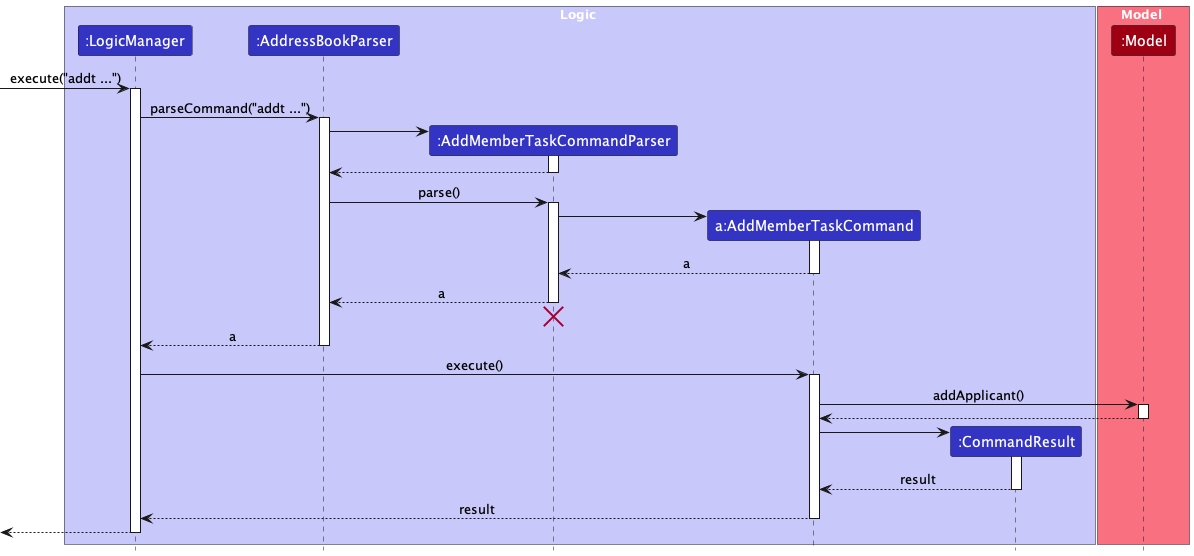
Above: docs/images/AddMemberTaskSequenceDiagram.png in nus-cs2103-AY2324S1/tp (PlantUML), before the change. The source it was exported from:
```plantuml
@startuml
!include style.puml
skinparam ArrowFontStyle plain

box Logic LOGIC_COLOR_T1
participant ":LogicManager" as LogicManager LOGIC_COLOR
participant ":AddressBookParser" as AddressBookParser LOGIC_COLOR
participant ":AddMemberTaskCommandParser" as AddMemberTaskCommandParser LOGIC_COLOR
participant "a:AddMemberTaskCommand" as AddMemberTaskCommand LOGIC_COLOR
participant ":CommandResult" as CommandResult LOGIC_COLOR
end box

box Model MODEL_COLOR_T1
participant ":Model" as Model MODEL_COLOR
end box

[-> LogicManager : execute("addt ...")
activate LogicManager

LogicManager -> AddressBookParser : parseCommand("addt ...")
activate AddressBookParser

create AddMemberTaskCommandParser
AddressBookParser -> AddMemberTaskCommandParser
activate AddMemberTaskCommandParser

AddMemberTaskCommandParser --> AddressBookParser
deactivate AddMemberTaskCommandParser

AddressBookParser -> AddMemberTaskCommandParser : parse()
activate AddMemberTaskCommandParser

create AddMemberTaskCommand
AddMemberTaskCommandParser -> AddMemberTaskCommand
activate AddMemberTaskCommand

AddMemberTaskCommand --> AddMemberTaskCommandParser : a
deactivate AddMemberTaskCommand

AddMemberTaskCommandParser --> AddressBookParser : a
deactivate AddMemberTaskCommandParser

AddMemberTaskCommandParser -[hidden]-> AddressBookParser
destroy AddMemberTaskCommandParser

AddressBookParser --> LogicManager : a
deactivate AddressBookParser

LogicManager -> AddMemberTaskCommand : execute()
activate AddMemberTaskCommand

AddMemberTaskCommand -> Model : addApplicant()
activate Model

Model --> AddMemberTaskCommand
deactivate Model

create CommandResult
AddMemberTaskCommand -> CommandResult
activate CommandResult

CommandResult --> AddMemberTaskCommand : result
deactivate CommandResult

AddMemberTaskCommand --> LogicManager : result
deactivate AddMemberTaskCommand

[<--LogicManager
deactivate LogicManager
@enduml
```
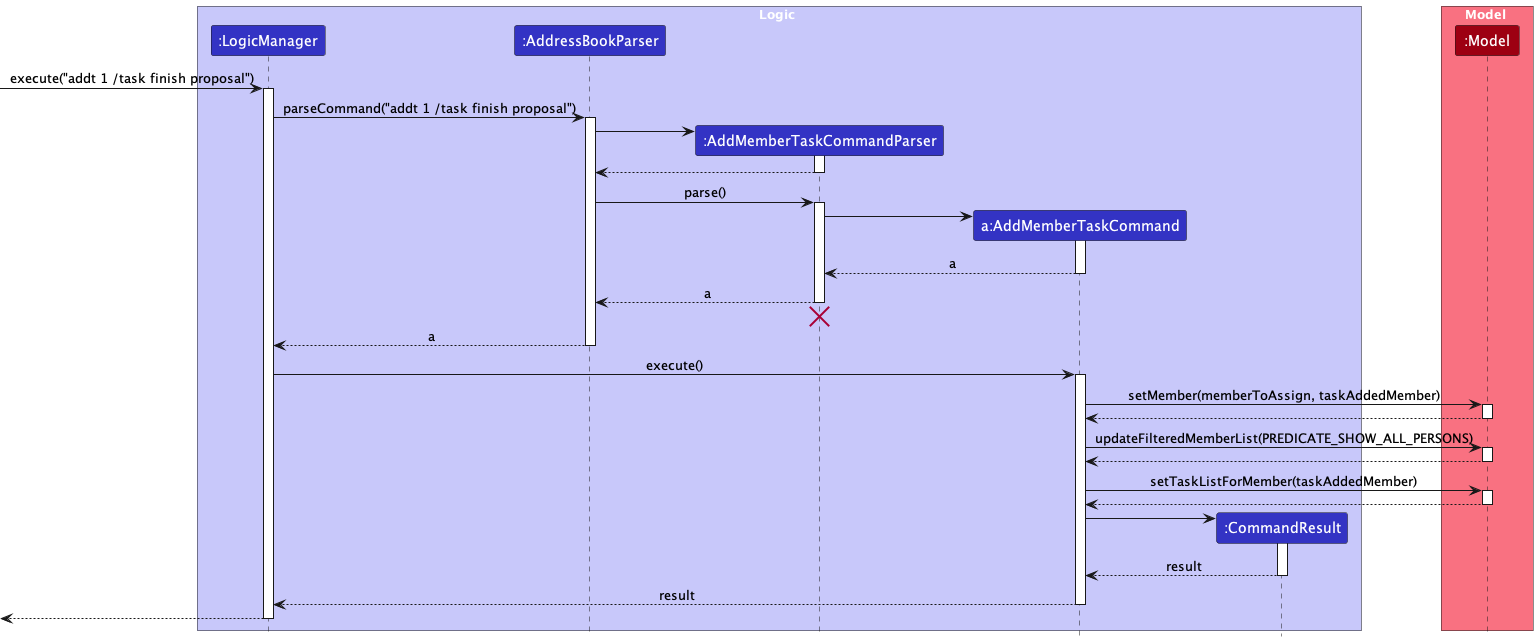
The same diagram one commit later.

Commit message:
Update sequence diagrams

Change to the diagram source:
```diff
@@ -14,10 +14,10 @@
 participant ":Model" as Model MODEL_COLOR
 end box
 
-[-> LogicManager : execute("addt ...")
+[-> LogicManager : execute("addt 1 /task finish proposal")
 activate LogicManager
 
-LogicManager -> AddressBookParser : parseCommand("addt ...")
+LogicManager -> AddressBookParser : parseCommand("addt 1 /task finish proposal")
 activate AddressBookParser
 
 create AddMemberTaskCommandParser
@@ -32,6 +32,7 @@
 
 create AddMemberTaskCommand
 AddMemberTaskCommandParser -> AddMemberTaskCommand
+
 activate AddMemberTaskCommand
 
 AddMemberTaskCommand --> AddMemberTaskCommandParser : a
@@ -49,7 +50,19 @@
 LogicManager -> AddMemberTaskCommand : execute()
 activate AddMemberTaskCommand
 
-AddMemberTaskCommand -> Model : addApplicant()
+AddMemberTaskCommand -> Model : setMember(memberToAssign, taskAddedMember)
+activate Model
+
+Model --> AddMemberTaskCommand
+deactivate Model
+
+AddMemberTaskCommand -> Model : updateFilteredMemberList(PREDICATE_SHOW_ALL_PERSONS)
+activate Model
+
+Model --> AddMemberTaskCommand
+deactivate Model
+
+AddMemberTaskCommand -> Model : setTaskListForMember(taskAddedMember)
 activate Model
 
 Model --> AddMemberTaskCommand
```
